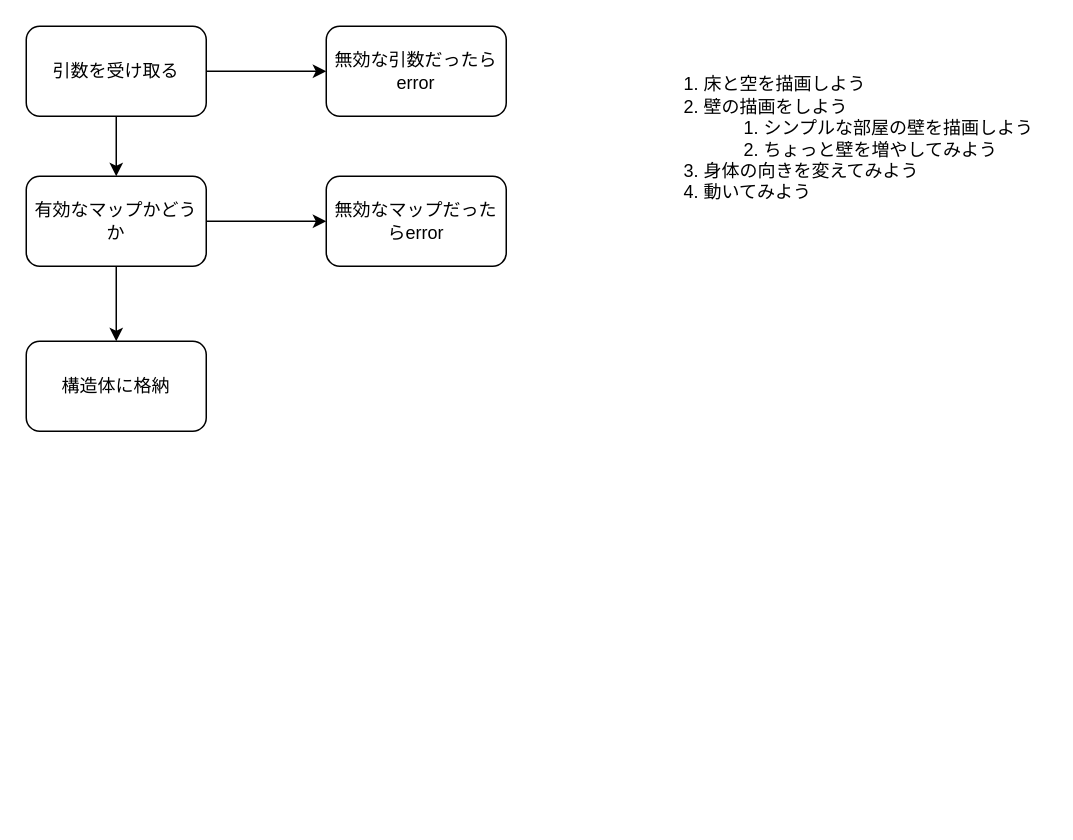
shmorish/cub3d keeps this draw.io diagram as page "Page-1" (1 of 2) of cub3d.drawio. Above is the earlier version. Source tidied: cells renumbered, new cells numbered last; positions are measured from the earlier drawing's top-left corner, leaving out a move shared by most shapes. Both pictures are drawn from the tidied source at 150%, with x=0, y=0 at pixel (26, 26).
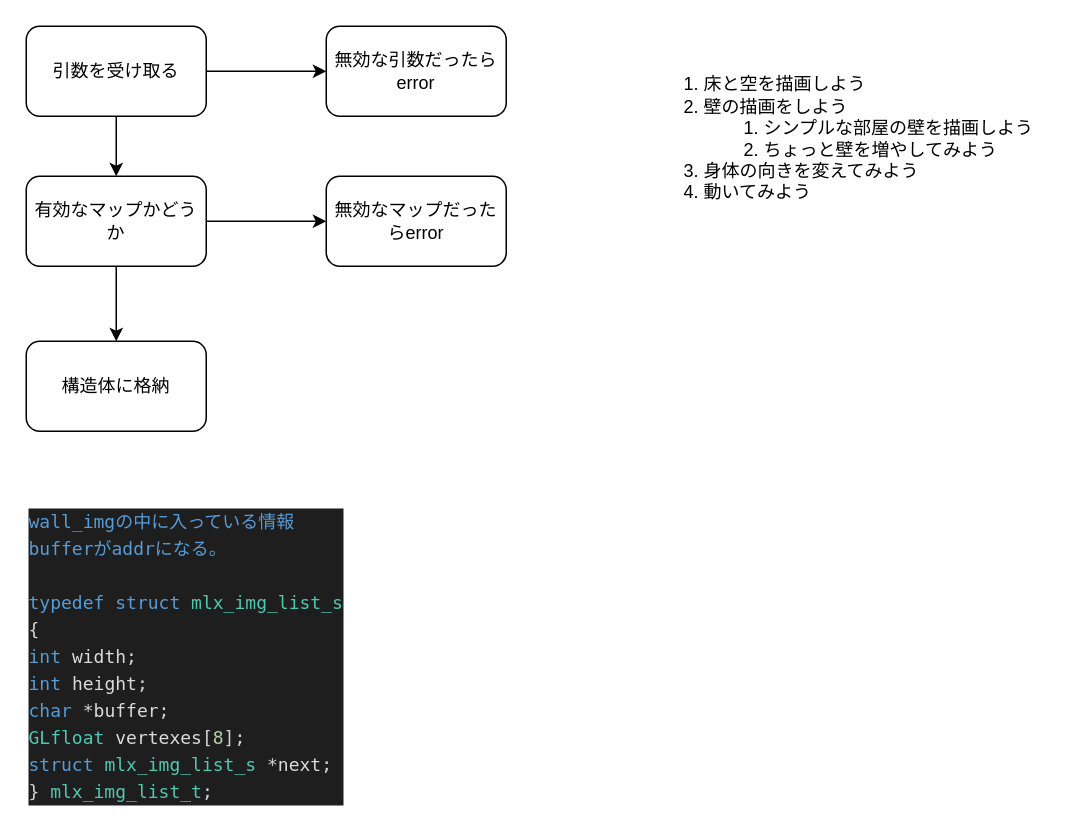
After the change.

Commit message (it also covers changes not shown here):
wall wo byougasuru kokoromi

Diff of the diagram source:
```diff
@@
 <mxGraphModel>
   <root>
     <mxCell id="0" />
     <mxCell id="1" parent="0" />
     <mxCell id="2" style="edgeStyle=none;html=1;" parent="1" edge="1" source="4" target="7">
       <mxGeometry relative="1" as="geometry" />
     </mxCell>
     <mxCell id="3" style="edgeStyle=none;html=1;" parent="1" edge="1" source="4" target="8">
       <mxGeometry relative="1" as="geometry" />
     </mxCell>
     <mxCell id="4" value="引数を受け取る" style="rounded=1;whiteSpace=wrap;html=1;" parent="1" vertex="1">
       <mxGeometry width="120" height="60" as="geometry" />
     </mxCell>
     <mxCell id="5" style="edgeStyle=none;html=1;" parent="1" edge="1" source="7" target="9">
       <mxGeometry relative="1" as="geometry" />
     </mxCell>
     <mxCell id="6" style="edgeStyle=none;html=1;" parent="1" edge="1" source="7" target="10">
       <mxGeometry relative="1" as="geometry" />
     </mxCell>
     <mxCell id="7" value="有効なマップかどうか" style="whiteSpace=wrap;html=1;rounded=1;" parent="1" vertex="1">
       <mxGeometry y="100" width="120" height="60" as="geometry" />
     </mxCell>
     <mxCell id="8" value="無効な引数だったらerror" style="whiteSpace=wrap;html=1;rounded=1;" parent="1" vertex="1">
       <mxGeometry x="200" width="120" height="60" as="geometry" />
     </mxCell>
     <mxCell id="9" value="無効なマップだったらerror" style="whiteSpace=wrap;html=1;rounded=1;" parent="1" vertex="1">
       <mxGeometry x="200" y="100" width="120" height="60" as="geometry" />
     </mxCell>
     <mxCell id="10" value="構造体に格納" style="whiteSpace=wrap;html=1;rounded=1;" parent="1" vertex="1">
       <mxGeometry y="210" width="120" height="60" as="geometry" />
     </mxCell>
     <mxCell id="11" value="&lt;ol&gt;&lt;li&gt;&lt;span style=&quot;background-color: initial;&quot;&gt;床と空を描画しよう&lt;/span&gt;&lt;/li&gt;&lt;li&gt;壁の描画をしよう&lt;/li&gt;&lt;ol&gt;&lt;li&gt;シンプルな部屋の壁を描画しよう&lt;/li&gt;&lt;li&gt;ちょっと壁を増やしてみよう&lt;/li&gt;&lt;/ol&gt;&lt;li&gt;身体の向きを変えてみよう&lt;/li&gt;&lt;li&gt;動いてみよう&lt;/li&gt;&lt;/ol&gt;" style="text;strokeColor=none;fillColor=none;html=1;whiteSpace=wrap;verticalAlign=middle;overflow=hidden;" parent="1" vertex="1">
       <mxGeometry x="410" width="270" height="150" as="geometry" />
     </mxCell>
+    <mxCell id="12" value="&lt;div style=&quot;color: rgb(212, 212, 212); background-color: rgb(30, 30, 30); font-family: Menlo, Monaco, &amp;quot;Courier New&amp;quot;, monospace; line-height: 18px;&quot;&gt;&lt;div&gt;&lt;span style=&quot;color: #569cd6;&quot;&gt;wall_imgの中に入っている情報&lt;/span&gt;&lt;/div&gt;&lt;div&gt;&lt;span style=&quot;color: #569cd6;&quot;&gt;bufferがaddrになる。&lt;/span&gt;&lt;/div&gt;&lt;div&gt;&lt;span style=&quot;color: #569cd6;&quot;&gt;&lt;br&gt;&lt;/span&gt;&lt;/div&gt;&lt;div&gt;&lt;span style=&quot;color: #569cd6;&quot;&gt;typedef&lt;/span&gt; &lt;span style=&quot;color: #569cd6;&quot;&gt;struct&lt;/span&gt;  &lt;span style=&quot;color: #4ec9b0;&quot;&gt;mlx_img_list_s&lt;/span&gt;&lt;/div&gt;&lt;div&gt;{&lt;/div&gt;&lt;div&gt;  &lt;span style=&quot;color: #569cd6;&quot;&gt;int&lt;/span&gt;     &lt;span style=&quot;color: #dadada;&quot;&gt;width&lt;/span&gt;;&lt;/div&gt;&lt;div&gt;  &lt;span style=&quot;color: #569cd6;&quot;&gt;int&lt;/span&gt;     &lt;span style=&quot;color: #dadada;&quot;&gt;height&lt;/span&gt;;&lt;/div&gt;&lt;div&gt;  &lt;span style=&quot;color: #569cd6;&quot;&gt;char&lt;/span&gt;      *&lt;span style=&quot;color: #dadada;&quot;&gt;buffer&lt;/span&gt;;&lt;/div&gt;&lt;div&gt;  &lt;span style=&quot;color: #4ec9b0;&quot;&gt;GLfloat&lt;/span&gt;   &lt;span style=&quot;color: #dadada;&quot;&gt;vertexes&lt;/span&gt;[&lt;span style=&quot;color: #b5cea8;&quot;&gt;8&lt;/span&gt;];&lt;/div&gt;&lt;div&gt;  &lt;span style=&quot;color: #569cd6;&quot;&gt;struct&lt;/span&gt; &lt;span style=&quot;color: #4ec9b0;&quot;&gt;mlx_img_list_s&lt;/span&gt; *&lt;span style=&quot;color: #dadada;&quot;&gt;next&lt;/span&gt;;&lt;/div&gt;&lt;div&gt;} &lt;span style=&quot;color: #4ec9b0;&quot;&gt;mlx_img_list_t&lt;/span&gt;;&lt;/div&gt;&lt;/div&gt;" style="text;html=1;align=left;verticalAlign=middle;strokeColor=none;fillColor=none;" parent="1" vertex="1">
+      <mxGeometry y="315" width="230" height="210" as="geometry" />
+    </mxCell>
   </root>
 </mxGraphModel>
```
